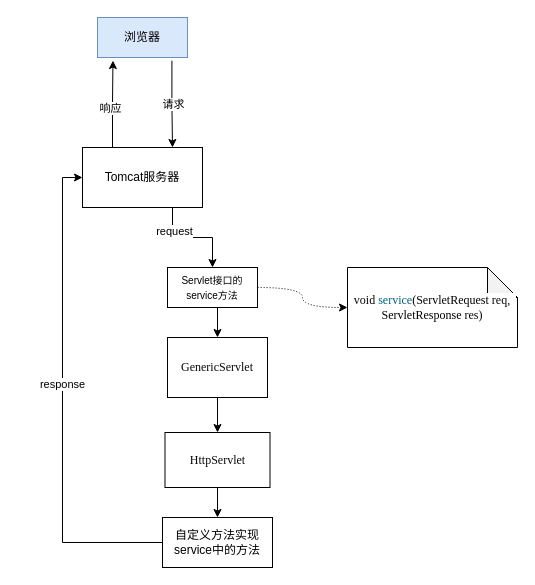
The draw.io diagram Servlet.drawio in ZLey373/ImagesXMind, before the edit. Source tidied: cells renumbered, new cells numbered last; positions are measured from the earlier drawing's top-left corner, leaving out a move shared by most shapes. Both pictures are drawn from the tidied source at 100%, with x=0, y=0 at pixel (82, 17).
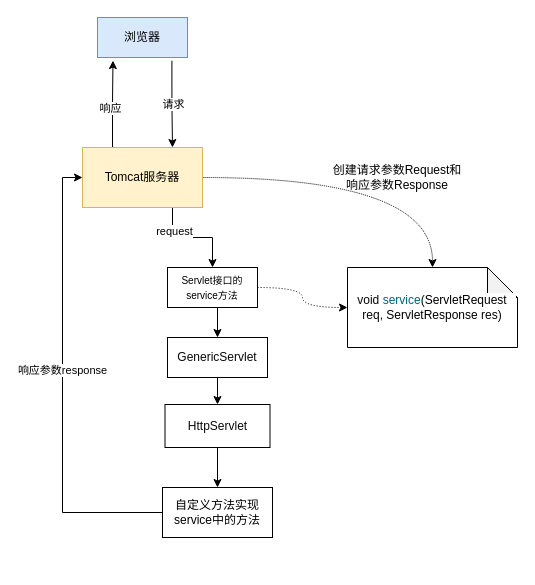
The same page after the edit.

Unchanged cells that the change refers to:
```xml
<mxCell id="18" style="edgeStyle=orthogonalEdgeStyle;rounded=0;jettySize=auto;html=1;exitX=0;exitY=0.5;exitDx=0;exitDy=0;entryX=0;entryY=0.5;entryDx=0;entryDy=0;" parent="1" edge="1" source="20" target="9">
  <mxGeometry relative="1" as="geometry" />
</mxCell>
```

Diff of the diagram source:
```diff
@@
+    <mxCell id="21" style="edgeStyle=orthogonalEdgeStyle;rounded=0;jettySize=auto;html=1;exitX=1;exitY=0.5;exitDx=0;exitDy=0;dashed=1;dashPattern=1 1;curved=1;" parent="1" edge="1" source="9" target="13">
+      <mxGeometry relative="1" as="geometry" />
+    </mxCell>
-    <mxCell id="9" value="Tomcat服务器" style="rounded=0;whiteSpace=wrap;html=1;" parent="1" vertex="1">
+    <mxCell id="9" value="Tomcat服务器" style="rounded=0;whiteSpace=wrap;html=1;fillColor=#fff2cc;strokeColor=#d6b656;" parent="1" vertex="1">
       <mxGeometry y="130" width="120" height="60" as="geometry" />
     </mxCell>
@@
-    <mxCell id="13" value="&lt;div style=&quot;background-color: rgb(255, 255, 255); color: rgb(8, 8, 8);&quot;&gt;&lt;font style=&quot;font-size: 12px;&quot; face=&quot;Times New Roman&quot;&gt;void &lt;span style=&quot;color: rgb(0, 98, 122);&quot;&gt;service&lt;/span&gt;(&lt;span style=&quot;color: rgb(0, 0, 0);&quot;&gt;ServletRequest &lt;/span&gt;req, &lt;span style=&quot;color: rgb(0, 0, 0);&quot;&gt;ServletResponse &lt;/span&gt;res)&lt;/font&gt;&lt;/div&gt;" style="shape=note;whiteSpace=wrap;html=1;backgroundOutline=1;darkOpacity=0.05;" parent="1" vertex="1">
+    <mxCell id="13" value="&lt;div style=&quot;background-color: rgb(255, 255, 255); color: rgb(8, 8, 8);&quot;&gt;&lt;font style=&quot;font-size: 12px;&quot;&gt;void &lt;span style=&quot;color: rgb(0, 98, 122);&quot;&gt;service&lt;/span&gt;(&lt;span style=&quot;color: rgb(0, 0, 0);&quot;&gt;ServletRequest &lt;/span&gt;req, &lt;span style=&quot;color: rgb(0, 0, 0);&quot;&gt;ServletResponse &lt;/span&gt;res)&lt;/font&gt;&lt;/div&gt;" style="shape=note;whiteSpace=wrap;html=1;backgroundOutline=1;darkOpacity=0.05;" parent="1" vertex="1">
       <mxGeometry x="265" y="250" width="170" height="80" as="geometry" />
     </mxCell>
@@
-    <mxCell id="15" value="&lt;div style=&quot;background-color: rgb(255, 255, 255); color: rgb(8, 8, 8);&quot;&gt;&lt;font face=&quot;Times New Roman&quot; style=&quot;font-size: 12px;&quot;&gt;GenericServlet&lt;/font&gt;&lt;/div&gt;" style="rounded=0;whiteSpace=wrap;html=1;" parent="1" vertex="1">
-      <mxGeometry x="85" y="320" width="100" height="60" as="geometry" />
+    <mxCell id="15" value="&lt;div style=&quot;background-color: rgb(255, 255, 255); color: rgb(8, 8, 8);&quot;&gt;&lt;font style=&quot;font-size: 12px;&quot;&gt;GenericServlet&lt;/font&gt;&lt;/div&gt;" style="rounded=0;whiteSpace=wrap;html=1;" parent="1" vertex="1">
+      <mxGeometry x="85" y="320" width="100" height="40" as="geometry" />
     </mxCell>
@@
-    <mxCell id="17" value="&lt;div style=&quot;background-color: rgb(255, 255, 255); color: rgb(8, 8, 8);&quot;&gt;&lt;font face=&quot;Times New Roman&quot; style=&quot;font-size: 12px;&quot;&gt;HttpServlet&lt;/font&gt;&lt;/div&gt;" style="rounded=0;whiteSpace=wrap;html=1;" parent="1" vertex="1">
-      <mxGeometry x="82.5" y="415" width="105" height="55" as="geometry" />
+    <mxCell id="17" value="&lt;div style=&quot;background-color: rgb(255, 255, 255); color: rgb(8, 8, 8);&quot;&gt;&lt;font style=&quot;font-size: 12px;&quot;&gt;HttpServlet&lt;/font&gt;&lt;/div&gt;" style="rounded=0;whiteSpace=wrap;html=1;" parent="1" vertex="1">
+      <mxGeometry x="82.5" y="387" width="105" height="43" as="geometry" />
     </mxCell>
@@
-    <mxCell id="19" value="response" style="edgeLabel;html=1;align=center;verticalAlign=middle;" parent="18" vertex="1">
+    <mxCell id="19" value="响应参数response" style="edgeLabel;html=1;align=center;verticalAlign=middle;" parent="18" vertex="1">
       <mxGeometry x="0.07" y="1" relative="1" as="geometry" />
     </mxCell>
     <mxCell id="20" value="自定义方法实现service中的方法" style="rounded=0;whiteSpace=wrap;html=1;" parent="1" vertex="1">
-      <mxGeometry x="80" y="500" width="110" height="50" as="geometry" />
+      <mxGeometry x="80" y="470" width="110" height="50" as="geometry" />
     </mxCell>
+    <mxCell id="22" value="创建请求参数Request和响应参数Response" style="text;strokeColor=none;align=center;fillColor=none;html=1;verticalAlign=middle;whiteSpace=wrap;rounded=0;" parent="1" vertex="1">
+      <mxGeometry x="245" y="130" width="140" height="60" as="geometry" />
+    </mxCell>
```
